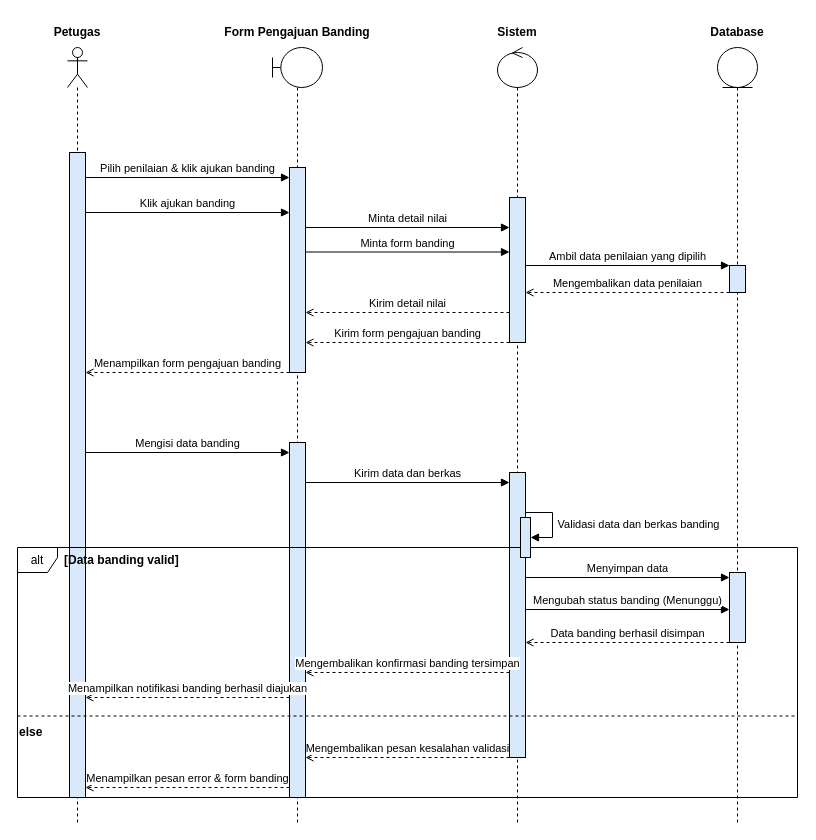
This is page "Mengajukan Banding" (21 of 21) of diagram/sequence_diagram/sequence_rad_revised_petugas_updated.drawio from gdamar/laporan-ekinerja, a draw.io file, before an edit. Source tidied: cells renumbered, new cells numbered last; positions are measured from the earlier drawing's top-left corner, leaving out a move shared by most shapes. Both pictures are drawn from the tidied source at 100%, with x=0, y=0 at pixel (17, 17).
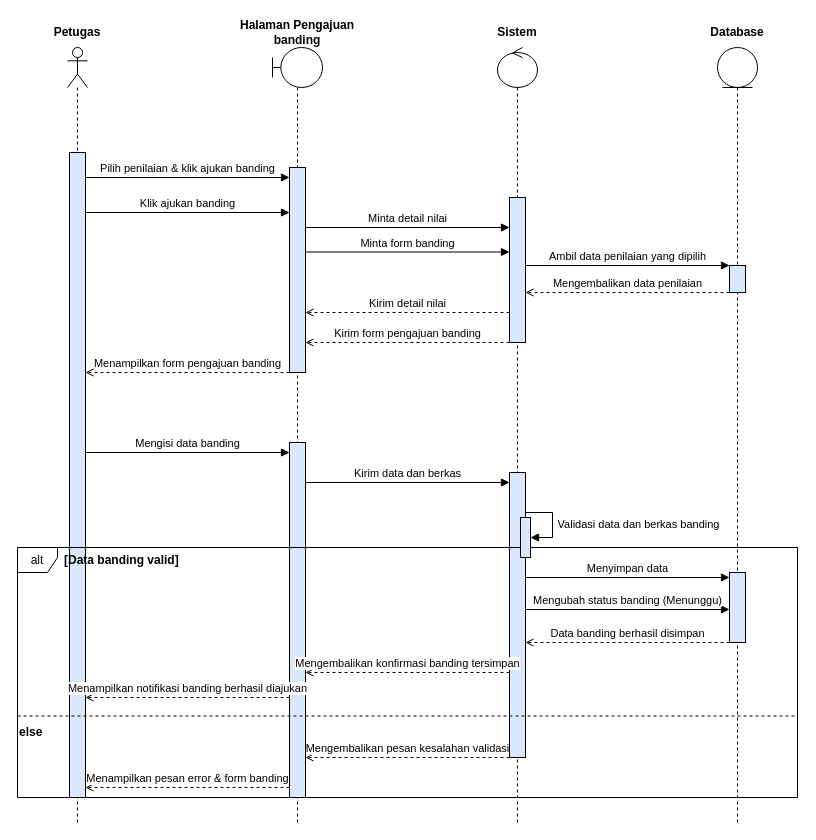
After the change.

What changed in the source:
```diff
@@
-    <mxCell id="5" value="Form Pengajuan Banding" style="text;html=1;whiteSpace=wrap;strokeColor=none;fillColor=none;align=center;verticalAlign=middle;rounded=0;fontStyle=1;" parent="1" vertex="1">
+    <mxCell id="5" value="Halaman Pengajuan banding" style="text;html=1;whiteSpace=wrap;strokeColor=none;fillColor=none;align=center;verticalAlign=middle;rounded=0;fontStyle=1;" parent="1" vertex="1">
       <mxGeometry x="201" width="158" height="30" as="geometry" />
     </mxCell>
```
